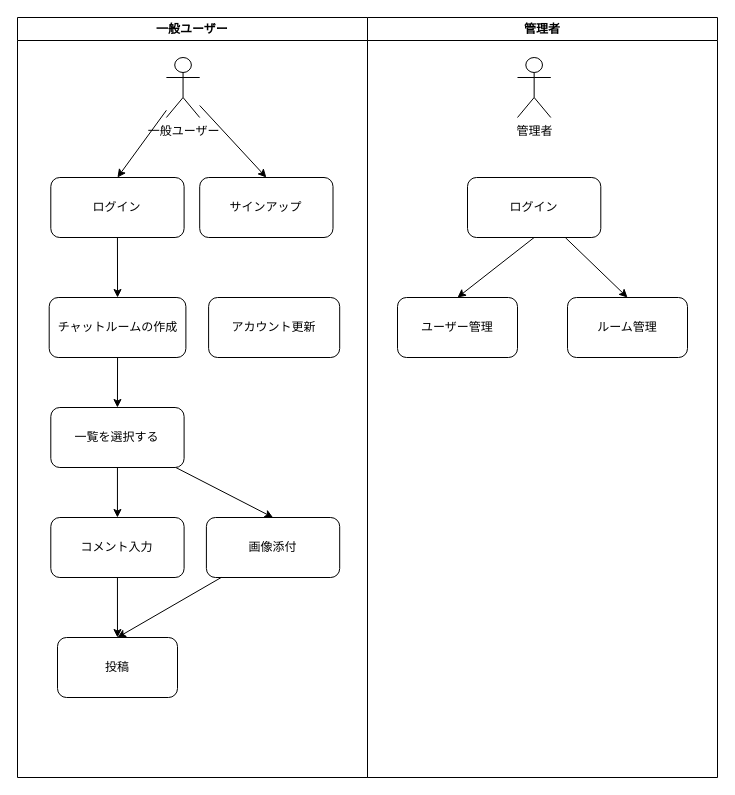
Earlier version of the draw.io diagram flow.drawio (KawashimaRyuhei/ChatApps). Source tidied: cells renumbered, new cells numbered last; positions are measured from the earlier drawing's top-left corner, leaving out a move shared by most shapes. Both pictures are drawn from the tidied source at 100%, with x=0, y=0 at pixel (17, 17).
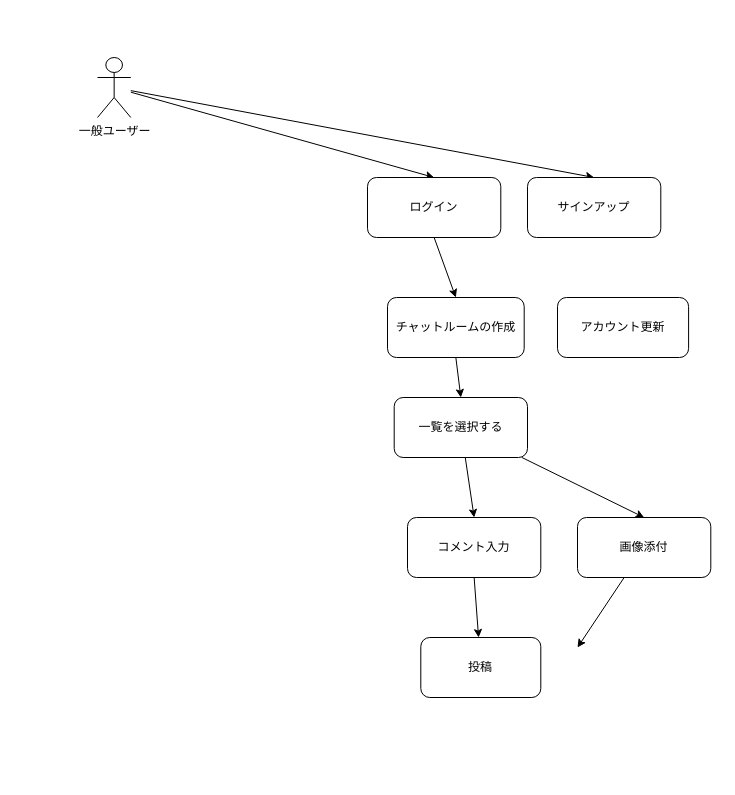
The same page after the edit.

The change refers to these unchanged cells:
```xml
<mxCell id="2" style="group;" parent="1" vertex="1">
  <mxGeometry width="700" height="760" as="geometry" />
</mxCell>
```

Change to the diagram source:
```diff
@@
-    <mxCell id="3" value="一般ユーザー" style="swimlane;whiteSpace=wrap;html=1;" parent="2" vertex="1">
-      <mxGeometry width="350" height="760" as="geometry" />
-    </mxCell>
+    <mxCell id="6" value="一般ユーザー" style="shape=umlActor;verticalLabelPosition=bottom;verticalAlign=top;html=1;outlineConnect=0;" parent="2" vertex="1">
+      <mxGeometry x="80" y="40" width="33.3" height="60" as="geometry" />
+    </mxCell>
-    <mxCell id="4" style="edgeStyle=none;html=1;entryX=0.5;entryY=0;entryDx=0;entryDy=0;" parent="3" edge="1" source="6" target="8">
+    <mxCell id="4" style="edgeStyle=none;html=1;entryX=0.5;entryY=0;entryDx=0;entryDy=0;" parent="2" edge="1" source="6" target="8">
       <mxGeometry relative="1" as="geometry" />
     </mxCell>
-    <mxCell id="5" style="edgeStyle=none;html=1;entryX=0.5;entryY=0;entryDx=0;entryDy=0;" parent="3" edge="1" source="6" target="9">
+    <mxCell id="5" style="edgeStyle=none;html=1;entryX=0.5;entryY=0;entryDx=0;entryDy=0;" parent="2" edge="1" source="6" target="9">
       <mxGeometry relative="1" as="geometry" />
     </mxCell>
-    <mxCell id="6" value="一般ユーザー" style="shape=umlActor;verticalLabelPosition=bottom;verticalAlign=top;html=1;outlineConnect=0;" parent="3" vertex="1">
-      <mxGeometry x="148.9" y="40" width="33.3" height="60" as="geometry" />
-    </mxCell>
+    <mxCell id="9" value="サインアップ" style="rounded=1;whiteSpace=wrap;html=1;" parent="2" vertex="1">
+      <mxGeometry x="510" y="160" width="133.3" height="60" as="geometry" />
+    </mxCell>
+    <mxCell id="8" value="ログイン" style="rounded=1;whiteSpace=wrap;html=1;" parent="2" vertex="1">
+      <mxGeometry x="350" y="160" width="133.3" height="60" as="geometry" />
+    </mxCell>
-    <mxCell id="7" style="edgeStyle=none;html=1;exitX=0.5;exitY=1;exitDx=0;exitDy=0;entryX=0.5;entryY=0;entryDx=0;entryDy=0;" parent="3" edge="1" source="8" target="12">
+    <mxCell id="7" style="edgeStyle=none;html=1;exitX=0.5;exitY=1;exitDx=0;exitDy=0;entryX=0.5;entryY=0;entryDx=0;entryDy=0;" parent="2" edge="1" source="8" target="12">
       <mxGeometry relative="1" as="geometry" />
     </mxCell>
-    <mxCell id="8" value="ログイン" style="rounded=1;whiteSpace=wrap;html=1;" parent="3" vertex="1">
-      <mxGeometry x="33.3" y="160" width="133.3" height="60" as="geometry" />
-    </mxCell>
-    <mxCell id="9" value="サインアップ" style="rounded=1;whiteSpace=wrap;html=1;" parent="3" vertex="1">
-      <mxGeometry x="182.2" y="160" width="133.3" height="60" as="geometry" />
-    </mxCell>
+    <mxCell id="12" value="チャットルームの作成" style="rounded=1;whiteSpace=wrap;html=1;" parent="2" vertex="1">
+      <mxGeometry x="370" y="280" width="136.7" height="60" as="geometry" />
+    </mxCell>
+    <mxCell id="11" style="edgeStyle=none;html=1;exitX=0.5;exitY=1;exitDx=0;exitDy=0;entryX=0.5;entryY=0;entryDx=0;entryDy=0;" parent="2" edge="1" source="12" target="16">
+      <mxGeometry relative="1" as="geometry" />
+    </mxCell>
-    <mxCell id="10" value="アカウント更新" style="rounded=1;whiteSpace=wrap;html=1;" parent="3" vertex="1">
-      <mxGeometry x="191.1" y="280" width="131.1" height="60" as="geometry" />
+    <mxCell id="10" value="アカウント更新" style="rounded=1;whiteSpace=wrap;html=1;" parent="2" vertex="1">
+      <mxGeometry x="540" y="280" width="131.1" height="60" as="geometry" />
     </mxCell>
-    <mxCell id="11" style="edgeStyle=none;html=1;exitX=0.5;exitY=1;exitDx=0;exitDy=0;entryX=0.5;entryY=0;entryDx=0;entryDy=0;" parent="3" edge="1" source="12" target="16">
-      <mxGeometry relative="1" as="geometry" />
-    </mxCell>
-    <mxCell id="12" value="チャットルームの作成" style="rounded=1;whiteSpace=wrap;html=1;" parent="3" vertex="1">
-      <mxGeometry x="31.7" y="280" width="136.7" height="60" as="geometry" />
-    </mxCell>
+    <mxCell id="16" value="一覧を選択する" style="rounded=1;whiteSpace=wrap;html=1;" parent="2" vertex="1">
+      <mxGeometry x="376.7" y="380" width="133.3" height="60" as="geometry" />
+    </mxCell>
+    <mxCell id="15" style="edgeStyle=none;html=1;entryX=0.5;entryY=0;entryDx=0;entryDy=0;" parent="2" edge="1" source="16" target="17">
+      <mxGeometry relative="1" as="geometry" />
+    </mxCell>
+    <mxCell id="14" style="edgeStyle=none;html=1;entryX=0.5;entryY=0;entryDx=0;entryDy=0;" parent="2" edge="1" source="16" target="13">
+      <mxGeometry relative="1" as="geometry" />
+    </mxCell>
+    <mxCell id="17" value="画像添付" style="rounded=1;whiteSpace=wrap;html=1;" parent="2" vertex="1">
+      <mxGeometry x="560" y="500" width="133.3" height="60" as="geometry" />
+    </mxCell>
-    <mxCell id="13" value="コメント入力" style="rounded=1;whiteSpace=wrap;html=1;" parent="3" vertex="1">
-      <mxGeometry x="33.3" y="500" width="133.3" height="60" as="geometry" />
+    <mxCell id="13" value="コメント入力" style="rounded=1;whiteSpace=wrap;html=1;" parent="2" vertex="1">
+      <mxGeometry x="390" y="500" width="133.3" height="60" as="geometry" />
     </mxCell>
-    <mxCell id="14" style="edgeStyle=none;html=1;entryX=0.5;entryY=0;entryDx=0;entryDy=0;" parent="3" edge="1" source="16" target="13">
-      <mxGeometry relative="1" as="geometry" />
-    </mxCell>
-    <mxCell id="15" style="edgeStyle=none;html=1;entryX=0.5;entryY=0;entryDx=0;entryDy=0;" parent="3" edge="1" source="16" target="17">
-      <mxGeometry relative="1" as="geometry" />
-    </mxCell>
-    <mxCell id="16" value="一覧を選択する" style="rounded=1;whiteSpace=wrap;html=1;" parent="3" vertex="1">
-      <mxGeometry x="33.3" y="390" width="133.3" height="60" as="geometry" />
-    </mxCell>
-    <mxCell id="17" value="画像添付" style="rounded=1;whiteSpace=wrap;html=1;" parent="3" vertex="1">
-      <mxGeometry x="188.9" y="500" width="133.3" height="60" as="geometry" />
-    </mxCell>
+    <mxCell id="19" style="edgeStyle=none;html=1;exitX=0.5;exitY=1;exitDx=0;exitDy=0;" parent="2" edge="1" source="13" target="18">
+      <mxGeometry relative="1" as="geometry" />
+    </mxCell>
-    <mxCell id="18" value="投稿" style="rounded=1;whiteSpace=wrap;html=1;" parent="3" vertex="1">
-      <mxGeometry x="40" y="620" width="120" height="60" as="geometry" />
+    <mxCell id="18" value="投稿" style="rounded=1;whiteSpace=wrap;html=1;" parent="2" vertex="1">
+      <mxGeometry x="403.3" y="620" width="120" height="60" as="geometry" />
     </mxCell>
-    <mxCell id="19" style="edgeStyle=none;html=1;exitX=0.5;exitY=1;exitDx=0;exitDy=0;" parent="3" edge="1" source="13" target="18">
-      <mxGeometry relative="1" as="geometry" />
-    </mxCell>
-    <mxCell id="20" value="管理者" style="swimlane;whiteSpace=wrap;html=1;" parent="2" vertex="1">
-      <mxGeometry x="350" width="350" height="760" as="geometry" />
-    </mxCell>
-    <mxCell id="21" value="管理者" style="shape=umlActor;verticalLabelPosition=bottom;verticalAlign=top;html=1;" parent="20" vertex="1">
-      <mxGeometry x="150" y="40" width="33.3" height="60" as="geometry" />
-    </mxCell>
-    <mxCell id="22" style="edgeStyle=none;html=1;entryX=0.5;entryY=0;entryDx=0;entryDy=0;exitX=0.5;exitY=1;exitDx=0;exitDy=0;" parent="20" edge="1" source="24" target="25">
-      <mxGeometry relative="1" as="geometry" />
-    </mxCell>
-    <mxCell id="23" style="edgeStyle=none;html=1;entryX=0.5;entryY=0;entryDx=0;entryDy=0;" parent="20" edge="1" source="24" target="26">
-      <mxGeometry relative="1" as="geometry" />
-    </mxCell>
-    <mxCell id="24" value="ログイン" style="rounded=1;whiteSpace=wrap;html=1;" parent="20" vertex="1">
-      <mxGeometry x="100" y="160" width="133.3" height="60" as="geometry" />
-    </mxCell>
-    <mxCell id="25" value="ユーザー管理" style="rounded=1;whiteSpace=wrap;html=1;" parent="20" vertex="1">
-      <mxGeometry x="30" y="280" width="120" height="60" as="geometry" />
-    </mxCell>
-    <mxCell id="26" value="ルーム管理" style="rounded=1;whiteSpace=wrap;html=1;" parent="20" vertex="1">
-      <mxGeometry x="200" y="280" width="120" height="60" as="geometry" />
-    </mxCell>
     <mxCell id="27" style="edgeStyle=none;html=1;" parent="1" edge="1" source="17">
       <mxGeometry relative="1" as="geometry">
-        <mxPoint x="100" y="620" as="targetPoint" />
+        <mxPoint x="560" y="630" as="targetPoint" />
       </mxGeometry>
     </mxCell>
```
